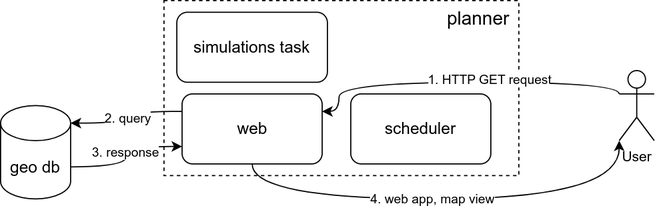
jparta/balloon-flights-planner keeps this draw.io diagram as images/app_high_level_structure_map_fetch.png. Above is the earlier version. Source tidied: cells renumbered, new cells last; positions are measured from the earlier drawing's top-left corner, leaving out a move shared by most shapes. The source it was exported from:
```xml
<mxGraphModel>
  <root>
    <mxCell id="0" />
    <mxCell id="1" parent="0" />
    <mxCell id="2" style="group;" parent="1" vertex="1">
      <mxGeometry width="560" height="170" as="geometry" />
    </mxCell>
    <mxCell id="3" style="rounded=0;whiteSpace=wrap;html=1;fillColor=none;strokeColor=default;dashed=1;" parent="2" vertex="1">
      <mxGeometry x="140" width="304" height="150" as="geometry" />
    </mxCell>
    <mxCell id="4" value="&lt;span style=&quot;font-size: 14px;&quot;&gt;simulations task&lt;/span&gt;" style="rounded=1;whiteSpace=wrap;html=1;" parent="2" vertex="1">
      <mxGeometry x="151" y="10" width="129" height="60" as="geometry" />
    </mxCell>
    <mxCell id="5" value="&lt;font style=&quot;font-size: 14px;&quot;&gt;scheduler&lt;/font&gt;" style="rounded=1;whiteSpace=wrap;html=1;" parent="2" vertex="1">
      <mxGeometry x="300" y="80" width="120" height="60" as="geometry" />
    </mxCell>
    <mxCell id="6" value="&lt;font style=&quot;font-size: 14px;&quot;&gt;web&lt;/font&gt;" style="rounded=1;whiteSpace=wrap;html=1;" parent="2" vertex="1">
      <mxGeometry x="155.5" y="80" width="120" height="60" as="geometry" />
    </mxCell>
    <mxCell id="7" style="edgeStyle=orthogonalEdgeStyle;rounded=0;jettySize=auto;html=1;exitX=1;exitY=0;exitDx=0;exitDy=52.5;exitPerimeter=0;entryX=0;entryY=0.75;entryDx=0;entryDy=0;curved=1;" parent="2" edge="1" source="9" target="6">
      <mxGeometry relative="1" as="geometry" />
    </mxCell>
    <mxCell id="8" value="3. response" style="edgeLabel;html=1;align=center;verticalAlign=middle;" parent="7" vertex="1">
      <mxGeometry x="0.07" y="1" relative="1" as="geometry" />
    </mxCell>
    <mxCell id="9" value="&lt;font style=&quot;font-size: 14px;&quot;&gt;geo db&lt;/font&gt;" style="shape=cylinder3;whiteSpace=wrap;html=1;boundedLbl=1;backgroundOutline=1;size=15;" parent="2" vertex="1">
      <mxGeometry y="90" width="60" height="80" as="geometry" />
    </mxCell>
    <mxCell id="10" style="edgeStyle=orthogonalEdgeStyle;rounded=0;jettySize=auto;html=1;exitX=0;exitY=0.25;exitDx=0;exitDy=0;entryX=1;entryY=0;entryDx=0;entryDy=15;entryPerimeter=0;curved=1;" parent="2" edge="1" source="6" target="9">
      <mxGeometry relative="1" as="geometry" />
    </mxCell>
    <mxCell id="11" value="2. query" style="edgeLabel;html=1;align=center;verticalAlign=middle;" parent="10" vertex="1">
      <mxGeometry x="0.02" y="1" relative="1" as="geometry" />
    </mxCell>
    <mxCell id="12" value="&lt;font style=&quot;font-size: 16px;&quot;&gt;planner&lt;/font&gt;" style="text;html=1;align=center;verticalAlign=middle;strokeColor=none;fillColor=none;fontSize=15;" parent="2" vertex="1">
      <mxGeometry x="369" width="80" height="30" as="geometry" />
    </mxCell>
    <mxCell id="13" style="edgeStyle=orthogonalEdgeStyle;rounded=0;jettySize=auto;html=1;exitX=0;exitY=0.3333333333333333;exitDx=0;exitDy=0;exitPerimeter=0;entryX=1;entryY=0.25;entryDx=0;entryDy=0;curved=1;" parent="2" edge="1" source="15" target="6">
      <mxGeometry relative="1" as="geometry">
        <Array as="points">
          <mxPoint x="530" y="70" />
          <mxPoint x="290" y="70" />
          <mxPoint x="290" y="95" />
        </Array>
      </mxGeometry>
    </mxCell>
    <mxCell id="14" value="1. HTTP GET request" style="edgeLabel;html=1;align=center;verticalAlign=middle;" parent="13" vertex="1">
      <mxGeometry x="-0.16" y="-2" relative="1" as="geometry" />
    </mxCell>
    <mxCell id="15" value="User" style="shape=umlActor;verticalLabelPosition=bottom;verticalAlign=top;html=1;outlineConnect=0;" parent="2" vertex="1">
      <mxGeometry x="530" y="60" width="30" height="60" as="geometry" />
    </mxCell>
    <mxCell id="16" style="edgeStyle=orthogonalEdgeStyle;rounded=0;jettySize=auto;html=1;exitX=0.5;exitY=1;exitDx=0;exitDy=0;entryX=0;entryY=1;entryDx=0;entryDy=0;entryPerimeter=0;curved=1;" parent="2" edge="1" source="6" target="15">
      <mxGeometry relative="1" as="geometry">
        <Array as="points">
          <mxPoint x="216" y="170" />
          <mxPoint x="530" y="170" />
        </Array>
      </mxGeometry>
    </mxCell>
    <mxCell id="17" value="4. web app, map view" style="edgeLabel;html=1;align=center;verticalAlign=middle;" parent="16" vertex="1">
      <mxGeometry relative="1" as="geometry">
        <mxPoint x="-12" as="offset" />
      </mxGeometry>
    </mxCell>
  </root>
</mxGraphModel>
```
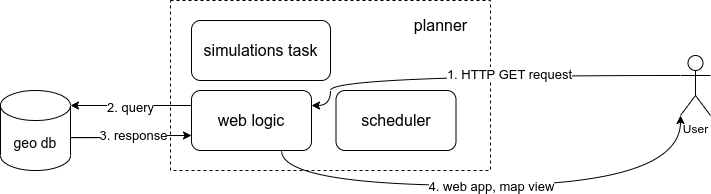
After the change.

Change to the diagram source:
```diff
@@ -2,66 +2,62 @@
   <root>
     <mxCell id="0" />
     <mxCell id="1" parent="0" />
-    <mxCell id="2" style="group;" parent="1" vertex="1">
-      <mxGeometry width="560" height="170" as="geometry" />
-    </mxCell>
-    <mxCell id="3" style="rounded=0;whiteSpace=wrap;html=1;fillColor=none;strokeColor=default;dashed=1;" parent="2" vertex="1">
-      <mxGeometry x="140" width="304" height="150" as="geometry" />
-    </mxCell>
+    <mxCell id="18" style="rounded=0;whiteSpace=wrap;html=1;fillColor=none;strokeColor=default;dashed=1;" parent="1" vertex="1">
+      <mxGeometry x="90" y="205" width="320" height="170" as="geometry" />
+    </mxCell>
-    <mxCell id="4" value="&lt;span style=&quot;font-size: 14px;&quot;&gt;simulations task&lt;/span&gt;" style="rounded=1;whiteSpace=wrap;html=1;" parent="2" vertex="1">
-      <mxGeometry x="151" y="10" width="129" height="60" as="geometry" />
+    <mxCell id="4" value="&lt;font style=&quot;font-size: 16px;&quot;&gt;simulations task&lt;/font&gt;" style="rounded=1;whiteSpace=wrap;html=1;" parent="1" vertex="1">
+      <mxGeometry x="111" y="225" width="139" height="60" as="geometry" />
     </mxCell>
-    <mxCell id="5" value="&lt;font style=&quot;font-size: 14px;&quot;&gt;scheduler&lt;/font&gt;" style="rounded=1;whiteSpace=wrap;html=1;" parent="2" vertex="1">
-      <mxGeometry x="300" y="80" width="120" height="60" as="geometry" />
+    <mxCell id="5" value="&lt;font style=&quot;font-size: 16px;&quot;&gt;scheduler&lt;/font&gt;" style="rounded=1;whiteSpace=wrap;html=1;" parent="1" vertex="1">
+      <mxGeometry x="255.5" y="295" width="120" height="60" as="geometry" />
     </mxCell>
-    <mxCell id="6" value="&lt;font style=&quot;font-size: 14px;&quot;&gt;web&lt;/font&gt;" style="rounded=1;whiteSpace=wrap;html=1;" parent="2" vertex="1">
-      <mxGeometry x="155.5" y="80" width="120" height="60" as="geometry" />
-    </mxCell>
+    <mxCell id="19" style="edgeStyle=orthogonalEdgeStyle;rounded=0;jettySize=auto;html=1;exitX=1;exitY=0.25;exitDx=0;exitDy=0;entryX=0;entryY=0.3333333333333333;entryDx=0;entryDy=0;entryPerimeter=0;curved=1;endArrow=none;endFill=0;startArrow=classic;startFill=1;" parent="1" edge="1" source="21" target="15">
+      <mxGeometry relative="1" as="geometry">
+        <Array as="points">
+          <mxPoint x="250" y="310" />
+          <mxPoint x="250" y="280" />
+        </Array>
+      </mxGeometry>
+    </mxCell>
+    <mxCell id="14" value="&lt;font style=&quot;font-size: 13px;&quot;&gt;1. HTTP GET request&lt;/font&gt;" style="edgeLabel;html=1;align=center;verticalAlign=middle;" parent="19" vertex="1">
+      <mxGeometry x="0.14" y="2" relative="1" as="geometry" />
+    </mxCell>
+    <mxCell id="20" style="edgeStyle=orthogonalEdgeStyle;rounded=0;jettySize=auto;html=1;exitX=0.75;exitY=1;exitDx=0;exitDy=0;entryX=0;entryY=1;entryDx=0;entryDy=0;entryPerimeter=0;curved=1;" parent="1" edge="1" source="21" target="15">
+      <mxGeometry relative="1" as="geometry">
+        <Array as="points">
+          <mxPoint x="201" y="390" />
+          <mxPoint x="600" y="390" />
+        </Array>
+      </mxGeometry>
+    </mxCell>
+    <mxCell id="17" value="&lt;font style=&quot;font-size: 13px;&quot;&gt;4. web app, map view&lt;/font&gt;" style="edgeLabel;html=1;align=center;verticalAlign=middle;" parent="20" vertex="1">
+      <mxGeometry x="0.08" y="1" relative="1" as="geometry">
+        <mxPoint x="-29" y="1" as="offset" />
+      </mxGeometry>
+    </mxCell>
+    <mxCell id="21" value="&lt;font style=&quot;font-size: 16px;&quot;&gt;web logic&lt;/font&gt;" style="rounded=1;whiteSpace=wrap;html=1;" parent="1" vertex="1">
+      <mxGeometry x="111" y="295" width="120" height="60" as="geometry" />
+    </mxCell>
+    <mxCell id="12" value="&lt;font style=&quot;font-size: 16px;&quot;&gt;planner&lt;/font&gt;" style="text;html=1;align=center;verticalAlign=middle;strokeColor=none;fillColor=none;fontSize=15;" parent="1" vertex="1">
+      <mxGeometry x="320" y="215" width="80" height="30" as="geometry" />
+    </mxCell>
-    <mxCell id="7" style="edgeStyle=orthogonalEdgeStyle;rounded=0;jettySize=auto;html=1;exitX=1;exitY=0;exitDx=0;exitDy=52.5;exitPerimeter=0;entryX=0;entryY=0.75;entryDx=0;entryDy=0;curved=1;" parent="2" edge="1" source="9" target="6">
+    <mxCell id="7" style="edgeStyle=orthogonalEdgeStyle;rounded=0;jettySize=auto;html=1;exitX=0.967;exitY=0.588;exitDx=0;exitDy=0;exitPerimeter=0;entryX=0;entryY=0.75;entryDx=0;entryDy=0;curved=1;" parent="1" edge="1" source="9" target="21">
       <mxGeometry relative="1" as="geometry" />
     </mxCell>
-    <mxCell id="8" value="3. response" style="edgeLabel;html=1;align=center;verticalAlign=middle;" parent="7" vertex="1">
+    <mxCell id="8" value="&lt;font style=&quot;font-size: 13px;&quot;&gt;3. response&lt;/font&gt;" style="edgeLabel;html=1;align=center;verticalAlign=middle;" parent="7" vertex="1">
       <mxGeometry x="0.07" y="1" relative="1" as="geometry" />
     </mxCell>
-    <mxCell id="9" value="&lt;font style=&quot;font-size: 14px;&quot;&gt;geo db&lt;/font&gt;" style="shape=cylinder3;whiteSpace=wrap;html=1;boundedLbl=1;backgroundOutline=1;size=15;" parent="2" vertex="1">
-      <mxGeometry y="90" width="60" height="80" as="geometry" />
+    <mxCell id="9" value="&lt;font style=&quot;font-size: 14px;&quot;&gt;geo db&lt;/font&gt;" style="shape=cylinder3;whiteSpace=wrap;html=1;boundedLbl=1;backgroundOutline=1;size=15;" parent="1" vertex="1">
+      <mxGeometry x="-80" y="295" width="70" height="80" as="geometry" />
     </mxCell>
-    <mxCell id="10" style="edgeStyle=orthogonalEdgeStyle;rounded=0;jettySize=auto;html=1;exitX=0;exitY=0.25;exitDx=0;exitDy=0;entryX=1;entryY=0;entryDx=0;entryDy=15;entryPerimeter=0;curved=1;" parent="2" edge="1" source="6" target="9">
+    <mxCell id="10" style="edgeStyle=orthogonalEdgeStyle;rounded=0;jettySize=auto;html=1;exitX=0;exitY=0.25;exitDx=0;exitDy=0;entryX=1;entryY=0;entryDx=0;entryDy=15;entryPerimeter=0;curved=1;" parent="1" edge="1" source="21" target="9">
       <mxGeometry relative="1" as="geometry" />
     </mxCell>
-    <mxCell id="11" value="2. query" style="edgeLabel;html=1;align=center;verticalAlign=middle;" parent="10" vertex="1">
+    <mxCell id="11" value="&lt;font style=&quot;font-size: 13px;&quot;&gt;2. query&lt;/font&gt;" style="edgeLabel;html=1;align=center;verticalAlign=middle;" parent="10" vertex="1">
       <mxGeometry x="0.02" y="1" relative="1" as="geometry" />
     </mxCell>
-    <mxCell id="12" value="&lt;font style=&quot;font-size: 16px;&quot;&gt;planner&lt;/font&gt;" style="text;html=1;align=center;verticalAlign=middle;strokeColor=none;fillColor=none;fontSize=15;" parent="2" vertex="1">
-      <mxGeometry x="369" width="80" height="30" as="geometry" />
-    </mxCell>
-    <mxCell id="13" style="edgeStyle=orthogonalEdgeStyle;rounded=0;jettySize=auto;html=1;exitX=0;exitY=0.3333333333333333;exitDx=0;exitDy=0;exitPerimeter=0;entryX=1;entryY=0.25;entryDx=0;entryDy=0;curved=1;" parent="2" edge="1" source="15" target="6">
-      <mxGeometry relative="1" as="geometry">
-        <Array as="points">
-          <mxPoint x="530" y="70" />
-          <mxPoint x="290" y="70" />
-          <mxPoint x="290" y="95" />
-        </Array>
-      </mxGeometry>
-    </mxCell>
-    <mxCell id="14" value="1. HTTP GET request" style="edgeLabel;html=1;align=center;verticalAlign=middle;" parent="13" vertex="1">
-      <mxGeometry x="-0.16" y="-2" relative="1" as="geometry" />
-    </mxCell>
-    <mxCell id="15" value="User" style="shape=umlActor;verticalLabelPosition=bottom;verticalAlign=top;html=1;outlineConnect=0;" parent="2" vertex="1">
-      <mxGeometry x="530" y="60" width="30" height="60" as="geometry" />
+    <mxCell id="15" value="User" style="shape=umlActor;verticalLabelPosition=bottom;verticalAlign=top;html=1;outlineConnect=0;" parent="1" vertex="1">
+      <mxGeometry x="600" y="260" width="30" height="60" as="geometry" />
     </mxCell>
-    <mxCell id="16" style="edgeStyle=orthogonalEdgeStyle;rounded=0;jettySize=auto;html=1;exitX=0.5;exitY=1;exitDx=0;exitDy=0;entryX=0;entryY=1;entryDx=0;entryDy=0;entryPerimeter=0;curved=1;" parent="2" edge="1" source="6" target="15">
-      <mxGeometry relative="1" as="geometry">
-        <Array as="points">
-          <mxPoint x="216" y="170" />
-          <mxPoint x="530" y="170" />
-        </Array>
-      </mxGeometry>
-    </mxCell>
-    <mxCell id="17" value="4. web app, map view" style="edgeLabel;html=1;align=center;verticalAlign=middle;" parent="16" vertex="1">
-      <mxGeometry relative="1" as="geometry">
-        <mxPoint x="-12" as="offset" />
-      </mxGeometry>
-    </mxCell>
   </root>
 </mxGraphModel>
```
